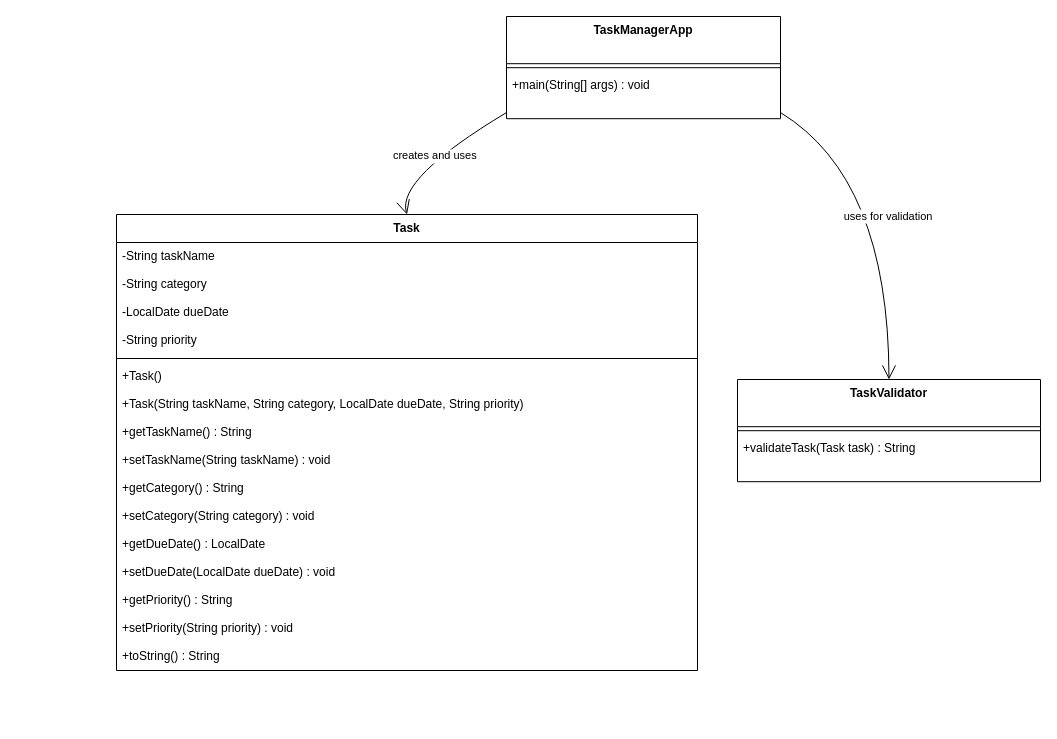
Before: UML/classdiagram.drawio in najminurin/Asgt1, a draw.io diagram. Source tidied: cells renumbered, new cells numbered last; positions are measured from the earlier drawing's top-left corner, leaving out a move shared by most shapes. Both pictures are drawn from the tidied source at 100%, with x=0, y=0 at pixel (116, 16).
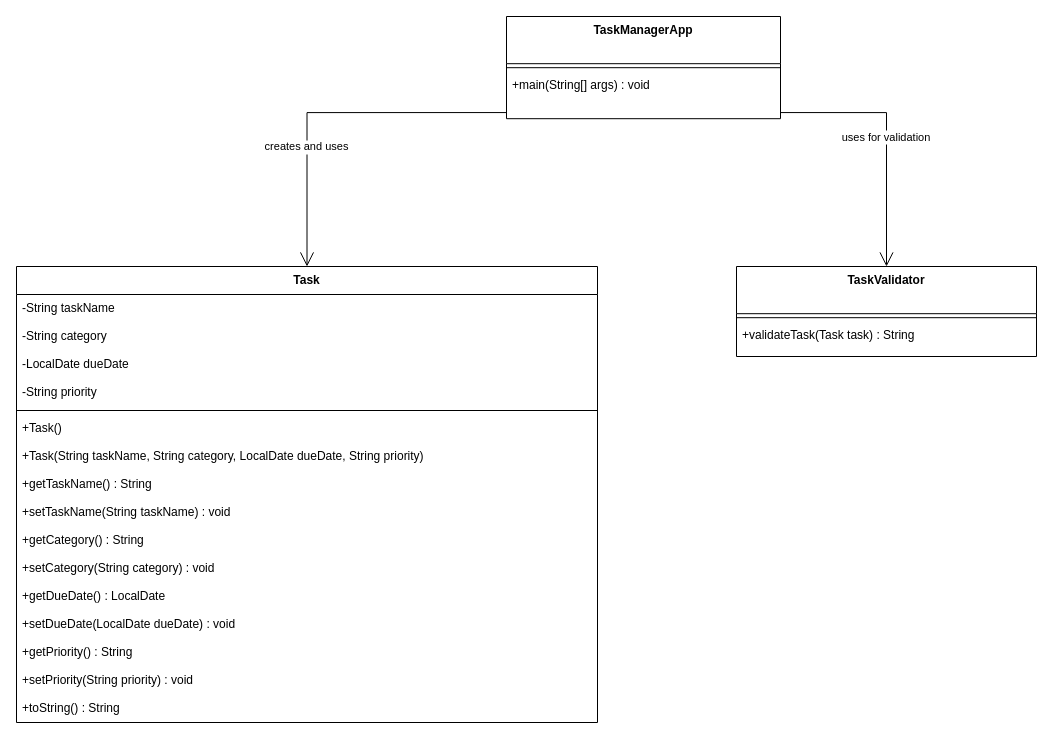
Above is the later version.

The change refers to these unchanged cells:
```xml
<mxCell id="22" value="TaskManagerApp" style="swimlane;fontStyle=1;align=center;verticalAlign=top;horizontal=1;startSize=47.2;" parent="1" vertex="1">
  <mxGeometry x="390" width="274" height="102.2" as="geometry" />
</mxCell>
```

Change to the diagram source:
```diff
@@
     <mxCell id="2" value="Task" style="swimlane;fontStyle=1;align=center;verticalAlign=top;horizontal=1;startSize=28;" parent="1" vertex="1">
-      <mxGeometry y="198" width="581" height="456" as="geometry" />
+      <mxGeometry x="-100" y="250" width="581" height="456" as="geometry" />
     </mxCell>
@@
     <mxCell id="19" value="TaskValidator" style="swimlane;fontStyle=1;align=center;verticalAlign=top;horizontal=1;startSize=47.2;" parent="1" vertex="1">
-      <mxGeometry x="621" y="363" width="303" height="102.2" as="geometry" />
+      <mxGeometry x="620" y="250" width="300" height="90" as="geometry" />
     </mxCell>
     <mxCell id="20" style="line;strokeWidth=1;fillColor=none;align=left;verticalAlign=middle;spacingTop=-1;spacingLeft=3;spacingRight=3;labelPosition=right;strokeColor=inherit;" parent="19" vertex="1">
-      <mxGeometry y="47.2" width="303" height="8" as="geometry" />
+      <mxGeometry y="47.2" width="300" height="8" as="geometry" />
     </mxCell>
     <mxCell id="21" value="+validateTask(Task task) : String" style="text;strokeColor=none;fillColor=none;align=left;verticalAlign=top;spacingLeft=4;spacingRight=4;overflow=hidden;" parent="19" vertex="1">
-      <mxGeometry y="55.2" width="303" height="47" as="geometry" />
+      <mxGeometry y="55.2" width="300" height="34.8" as="geometry" />
     </mxCell>
@@
-    <mxCell id="25" value="creates and uses" style="curved=1;startArrow=none;endArrow=open;endSize=12;exitX=0;exitY=0.94;entryX=0.5;entryY=0;rounded=0;" parent="1" edge="1" source="22" target="2">
-      <mxGeometry relative="1" as="geometry">
-        <Array as="points">
-          <mxPoint x="280" y="162" />
-        </Array>
-      </mxGeometry>
+    <mxCell id="25" value="creates and uses" style="startArrow=none;endArrow=open;endSize=12;exitX=0;exitY=0.94;entryX=0.5;entryY=0;rounded=0;edgeStyle=orthogonalEdgeStyle;" parent="1" edge="1" source="22" target="2">
+      <mxGeometry x="0.32" relative="1" as="geometry" />
     </mxCell>
-    <mxCell id="26" value="uses for validation" style="curved=1;startArrow=none;endArrow=open;endSize=12;exitX=1;exitY=0.94;entryX=0.5;entryY=0;rounded=0;" parent="1" edge="1" source="22" target="19">
-      <mxGeometry relative="1" as="geometry">
-        <Array as="points">
-          <mxPoint x="772" y="162" />
-        </Array>
-      </mxGeometry>
+    <mxCell id="26" value="uses for validation" style="startArrow=none;endArrow=open;endSize=12;exitX=1;exitY=0.94;entryX=0.5;entryY=0;rounded=0;edgeStyle=orthogonalEdgeStyle;" parent="1" edge="1" source="22" target="19">
+      <mxGeometry relative="1" as="geometry" />
     </mxCell>
```
